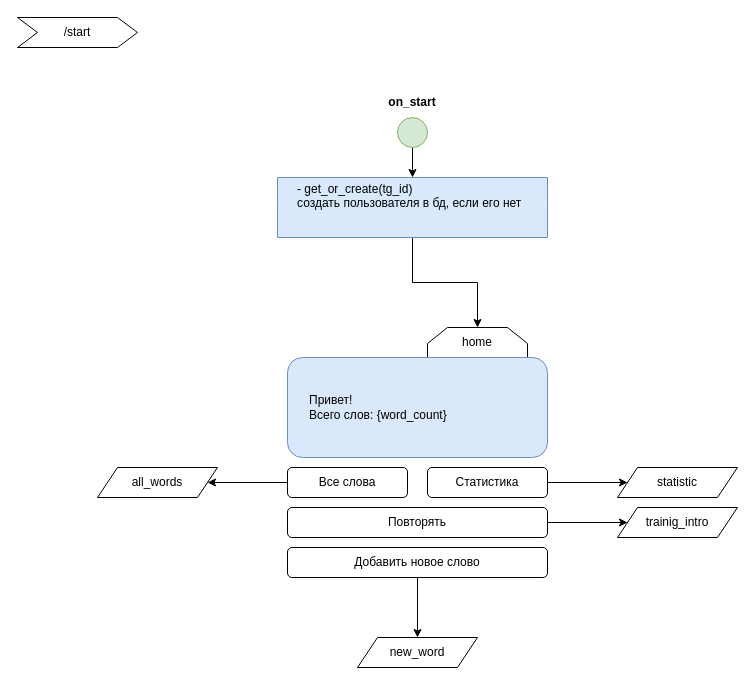
Above: page "home" (2 of 8) of lexi-bot.drawio in pasha-danilevich/lexi-bot (draw.io), before the change. Source tidied: cells renumbered, new cells numbered last; positions are measured from the earlier drawing's top-left corner, leaving out a move shared by most shapes. Both pictures are drawn from the tidied source at 100%, with x=0, y=0 at pixel (17, 17).
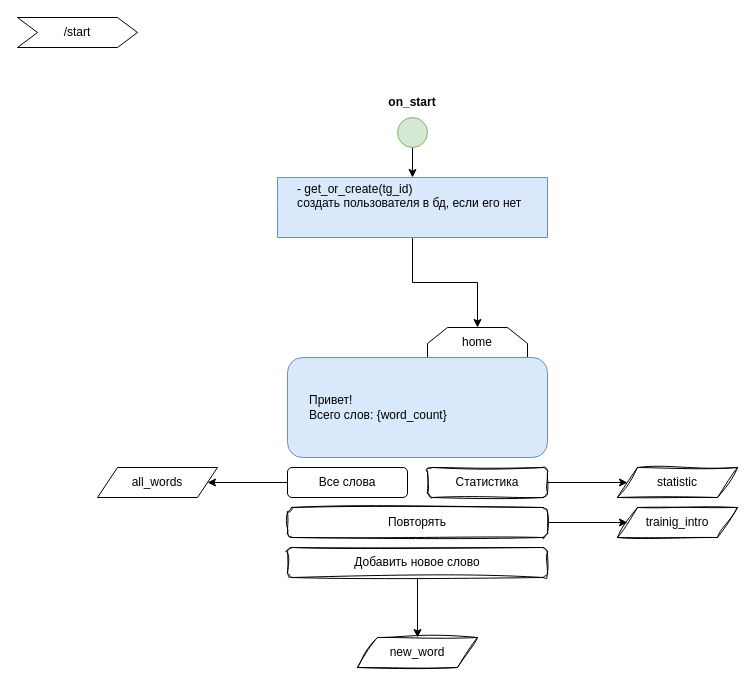
Above is the later version.

The edit, as a diff of the source:
```diff
@@
-    <mxCell id="7" value="new_word" style="shape=parallelogram;perimeter=parallelogramPerimeter;whiteSpace=wrap;html=1;fixedSize=1;" parent="1" vertex="1">
+    <mxCell id="7" value="new_word" style="shape=parallelogram;perimeter=parallelogramPerimeter;whiteSpace=wrap;html=1;fixedSize=1;sketch=1;curveFitting=1;jiggle=2;" parent="1" vertex="1">
       <mxGeometry x="340" y="620" width="120" height="30" as="geometry" />
     </mxCell>
@@
-    <mxCell id="10" value="Добавить новое слово" style="rounded=1;whiteSpace=wrap;html=1;spacingLeft=0;align=center;" parent="1" vertex="1">
+    <mxCell id="10" value="Добавить новое слово" style="rounded=1;whiteSpace=wrap;html=1;spacingLeft=0;align=center;sketch=1;curveFitting=1;jiggle=2;" parent="1" vertex="1">
       <mxGeometry x="270" y="530" width="260" height="30" as="geometry" />
     </mxCell>
@@
-    <mxCell id="14" value="Повторять" style="rounded=1;whiteSpace=wrap;html=1;spacingLeft=0;align=center;" parent="1" vertex="1">
+    <mxCell id="14" value="Повторять" style="rounded=1;whiteSpace=wrap;html=1;spacingLeft=0;align=center;sketch=1;curveFitting=1;jiggle=2;" parent="1" vertex="1">
       <mxGeometry x="270" y="490" width="260" height="30" as="geometry" />
     </mxCell>
@@
-    <mxCell id="16" value="Статистика" style="rounded=1;whiteSpace=wrap;html=1;spacingLeft=0;align=center;" parent="1" vertex="1">
+    <mxCell id="16" value="Статистика" style="rounded=1;whiteSpace=wrap;html=1;spacingLeft=0;align=center;sketch=1;curveFitting=1;jiggle=2;" parent="1" vertex="1">
       <mxGeometry x="410" y="450" width="120" height="30" as="geometry" />
     </mxCell>
-    <mxCell id="17" value="statistic" style="shape=parallelogram;perimeter=parallelogramPerimeter;whiteSpace=wrap;html=1;fixedSize=1;" parent="1" vertex="1">
+    <mxCell id="17" value="statistic" style="shape=parallelogram;perimeter=parallelogramPerimeter;whiteSpace=wrap;html=1;fixedSize=1;sketch=1;curveFitting=1;jiggle=2;" parent="1" vertex="1">
       <mxGeometry x="600" y="450" width="120" height="30" as="geometry" />
     </mxCell>
-    <mxCell id="18" value="trainig_intro" style="shape=parallelogram;perimeter=parallelogramPerimeter;whiteSpace=wrap;html=1;fixedSize=1;" parent="1" vertex="1">
+    <mxCell id="18" value="trainig_intro" style="shape=parallelogram;perimeter=parallelogramPerimeter;whiteSpace=wrap;html=1;fixedSize=1;sketch=1;curveFitting=1;jiggle=2;" parent="1" vertex="1">
       <mxGeometry x="600" y="490" width="120" height="30" as="geometry" />
     </mxCell>
```
